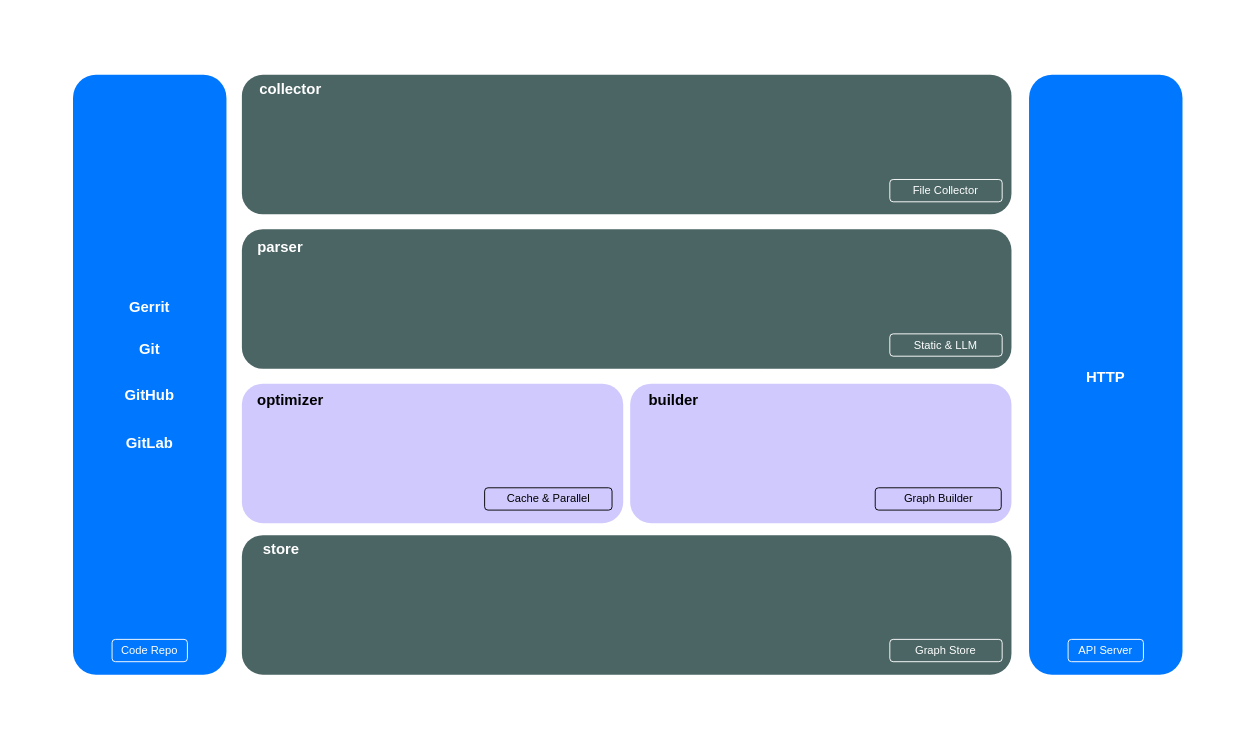
Before: arch.drawio in ai-flowx/vecx, a draw.io diagram. Source tidied: cells renumbered, new cells numbered last; positions are measured from the earlier drawing's top-left corner, leaving out a move shared by most shapes. Both pictures are drawn from the tidied source at 93%, with x=0, y=0 at pixel (16, 16).
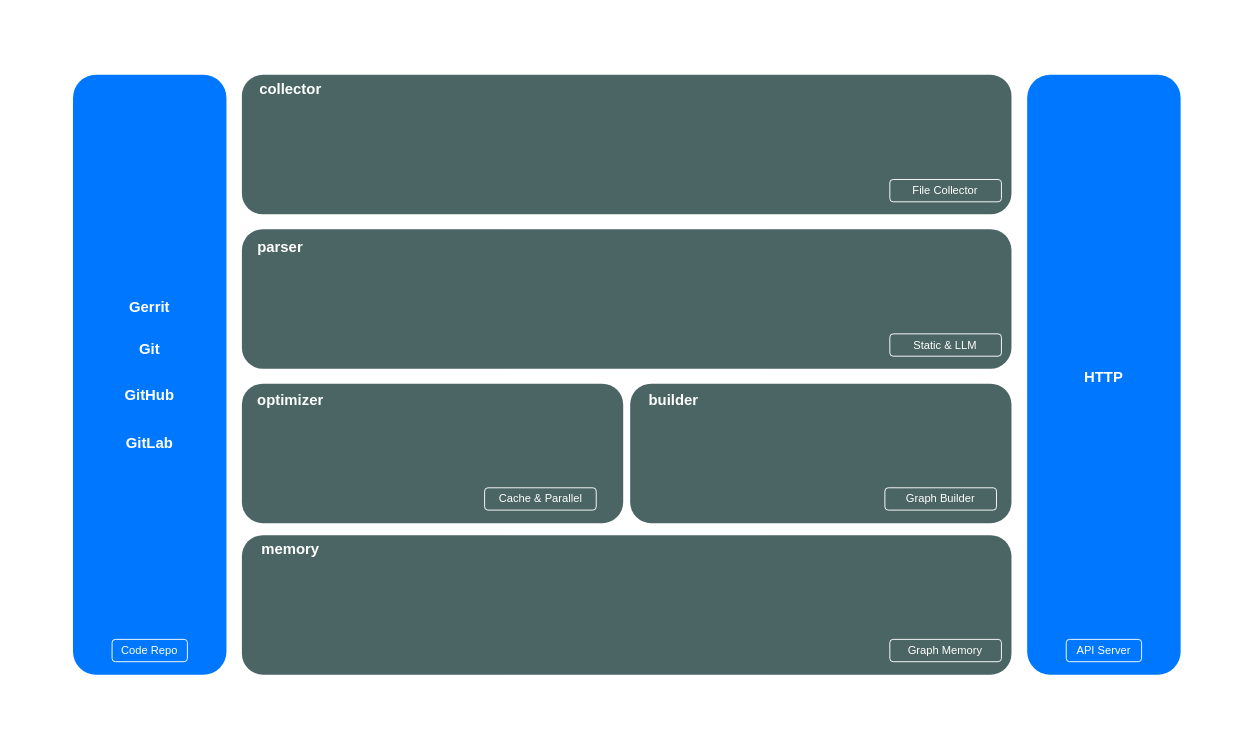
After the change.

Change to the diagram source:
```diff
@@
-    <mxCell id="3" style="rounded=1;whiteSpace=wrap;html=1;fillColor=#D0C9FE;strokeColor=none;" parent="1" vertex="1">
+    <mxCell id="3" style="rounded=1;whiteSpace=wrap;html=1;fillColor=#4B6464;strokeColor=none;" parent="1" vertex="1">
       <mxGeometry x="660.1" y="395" width="410" height="150" as="geometry" />
     </mxCell>
-    <mxCell id="4" value="&lt;b&gt;builder&lt;/b&gt;" style="text;html=1;strokeColor=none;fillColor=none;align=center;verticalAlign=middle;whiteSpace=wrap;rounded=0;fontSize=16;fontColor=#000000;" parent="1" vertex="1">
+    <mxCell id="4" value="&lt;b&gt;builder&lt;/b&gt;" style="text;html=1;strokeColor=none;fillColor=none;align=center;verticalAlign=middle;whiteSpace=wrap;rounded=0;fontSize=16;fontColor=#FFFFFF;" parent="1" vertex="1">
       <mxGeometry x="660.1" y="398" width="93.9" height="30" as="geometry" />
     </mxCell>
-    <mxCell id="5" value="Graph Builder" style="text;html=1;strokeColor=#000000;fillColor=none;align=center;verticalAlign=middle;whiteSpace=wrap;rounded=1;fontStyle=0;fontColor=#000000;" parent="1" vertex="1">
-      <mxGeometry x="923.6" y="507" width="135.5" height="24" as="geometry" />
+    <mxCell id="5" value="Graph Builder" style="text;html=1;strokeColor=#FFFFFF;fillColor=none;align=center;verticalAlign=middle;whiteSpace=wrap;rounded=1;fontStyle=0;fontColor=#FFFFFF;" parent="1" vertex="1">
+      <mxGeometry x="934" y="507" width="120" height="24" as="geometry" />
     </mxCell>
@@
     <mxCell id="8" value="&lt;span&gt;File Collector&lt;/span&gt;" style="text;html=1;strokeColor=#FFFFFF;fillColor=none;align=center;verticalAlign=middle;whiteSpace=wrap;rounded=1;fontStyle=0;fontColor=#FFFFFF;" parent="1" vertex="1">
-      <mxGeometry x="939.3" y="175.5" width="120.8" height="24" as="geometry" />
+      <mxGeometry x="939.3" y="175.5" width="120" height="24" as="geometry" />
     </mxCell>
-    <mxCell id="9" style="rounded=1;whiteSpace=wrap;html=1;fillColor=#D0C9FE;strokeColor=none;" parent="1" vertex="1">
+    <mxCell id="9" style="rounded=1;whiteSpace=wrap;html=1;fillColor=#4B6464;strokeColor=none;" parent="1" vertex="1">
       <mxGeometry x="242.6" y="395" width="410" height="150" as="geometry" />
     </mxCell>
-    <mxCell id="10" value="&lt;b&gt;optimizer&lt;/b&gt;" style="text;html=1;strokeColor=none;fillColor=none;align=center;verticalAlign=middle;whiteSpace=wrap;rounded=0;fontSize=16;fontColor=#000000;" parent="1" vertex="1">
+    <mxCell id="10" value="&lt;b&gt;optimizer&lt;/b&gt;" style="text;html=1;strokeColor=none;fillColor=none;align=center;verticalAlign=middle;whiteSpace=wrap;rounded=0;fontSize=16;fontColor=#FFFFFF;" parent="1" vertex="1">
       <mxGeometry x="242.6" y="398" width="103.6" height="30" as="geometry" />
     </mxCell>
-    <mxCell id="11" value="Cache &amp;amp; Parallel" style="text;html=1;strokeColor=#000000;fillColor=none;align=center;verticalAlign=middle;whiteSpace=wrap;rounded=1;fontStyle=0;fontColor=#000000;" parent="1" vertex="1">
-      <mxGeometry x="503.6" y="507" width="137" height="24" as="geometry" />
+    <mxCell id="11" value="Cache &amp;amp; Parallel" style="text;html=1;strokeColor=#FFFFFF;fillColor=none;align=center;verticalAlign=middle;whiteSpace=wrap;rounded=1;fontStyle=0;fontColor=#FFFFFF;" parent="1" vertex="1">
+      <mxGeometry x="503.6" y="507" width="120" height="24" as="geometry" />
     </mxCell>
@@
-    <mxCell id="19" value="&lt;b&gt;store&lt;/b&gt;" style="text;html=1;strokeColor=none;fillColor=none;align=center;verticalAlign=middle;whiteSpace=wrap;rounded=0;fontSize=16;fontColor=#FFFFFF;" parent="1" vertex="1">
-      <mxGeometry x="246.3" y="558" width="77.8" height="30" as="geometry" />
+    <mxCell id="19" value="&lt;b&gt;memory&lt;/b&gt;" style="text;html=1;strokeColor=none;fillColor=none;align=center;verticalAlign=middle;whiteSpace=wrap;rounded=0;fontSize=16;fontColor=#FFFFFF;" parent="1" vertex="1">
+      <mxGeometry x="255.5" y="558" width="77.8" height="30" as="geometry" />
     </mxCell>
-    <mxCell id="20" value="&lt;span&gt;Graph Store&lt;/span&gt;" style="text;html=1;strokeColor=#FFFFFF;fillColor=none;align=center;verticalAlign=middle;whiteSpace=wrap;rounded=1;fontStyle=0;fontColor=#FFFFFF;" parent="1" vertex="1">
-      <mxGeometry x="939.3" y="670" width="120.8" height="24" as="geometry" />
+    <mxCell id="20" value="&lt;span&gt;Graph Memory&lt;/span&gt;" style="text;html=1;strokeColor=#FFFFFF;fillColor=none;align=center;verticalAlign=middle;whiteSpace=wrap;rounded=1;fontStyle=0;fontColor=#FFFFFF;" parent="1" vertex="1">
+      <mxGeometry x="939.3" y="670" width="120" height="24" as="geometry" />
     </mxCell>
@@
     <mxCell id="23" value="&lt;span&gt;Static &amp;amp; LLM&lt;/span&gt;" style="text;html=1;strokeColor=#FFFFFF;fillColor=none;align=center;verticalAlign=middle;whiteSpace=wrap;rounded=1;fontStyle=0;fontColor=#FFFFFF;" parent="1" vertex="1">
-      <mxGeometry x="939.3" y="341.5" width="120.8" height="24" as="geometry" />
+      <mxGeometry x="939.3" y="341.5" width="120" height="24" as="geometry" />
     </mxCell>
     <mxCell id="24" style="rounded=1;whiteSpace=wrap;html=1;fillColor=#0077FF;strokeColor=none;" parent="1" vertex="1">
-      <mxGeometry x="1089" y="63" width="165" height="645" as="geometry" />
+      <mxGeometry x="1087" y="63" width="165" height="645" as="geometry" />
     </mxCell>
     <mxCell id="25" value="API Server" style="text;html=1;strokeColor=#FFFFFF;fillColor=none;align=center;verticalAlign=middle;whiteSpace=wrap;rounded=1;fontStyle=0;fontColor=#FFFFFF;" parent="1" vertex="1">
-      <mxGeometry x="1131" y="670" width="81" height="24" as="geometry" />
+      <mxGeometry x="1129" y="670" width="81" height="24" as="geometry" />
     </mxCell>
     <mxCell id="26" value="&lt;b&gt;HTTP&lt;/b&gt;" style="text;html=1;strokeColor=none;fillColor=none;align=center;verticalAlign=middle;whiteSpace=wrap;rounded=0;fontSize=16;fontColor=#FFFFFF;" parent="1" vertex="1">
-      <mxGeometry x="1126" y="372.9" width="91" height="30" as="geometry" />
+      <mxGeometry x="1124" y="372.9" width="91" height="30" as="geometry" />
     </mxCell>
```
